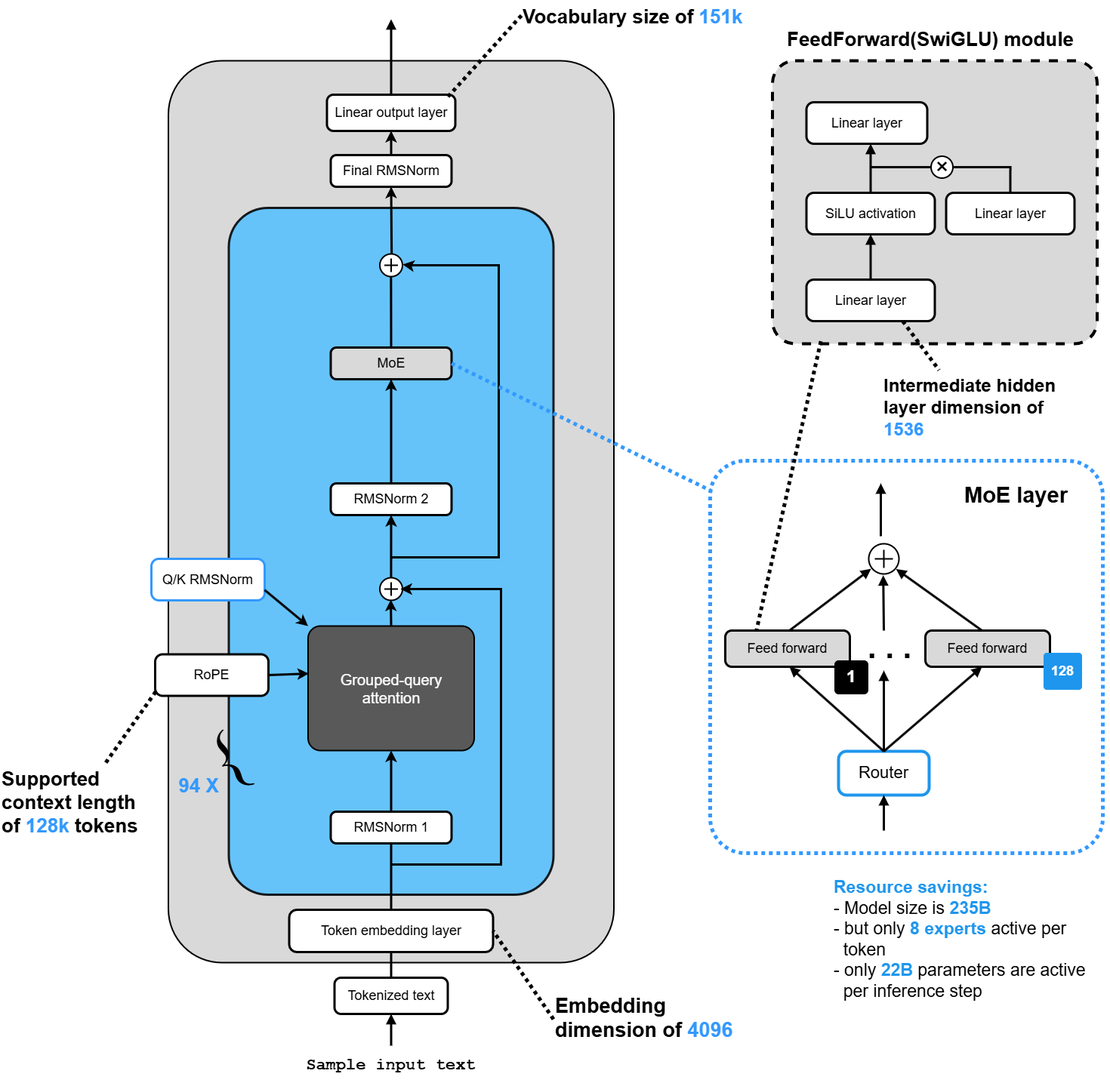
Earlier version of the draw.io export Models/Qwen/Qwen3(235B-A22B).drawio.png (EarthWind/deeparch). Source tidied: cells renumbered, new cells last; positions are measured from the earlier drawing's top-left corner, leaving out a move shared by most shapes.
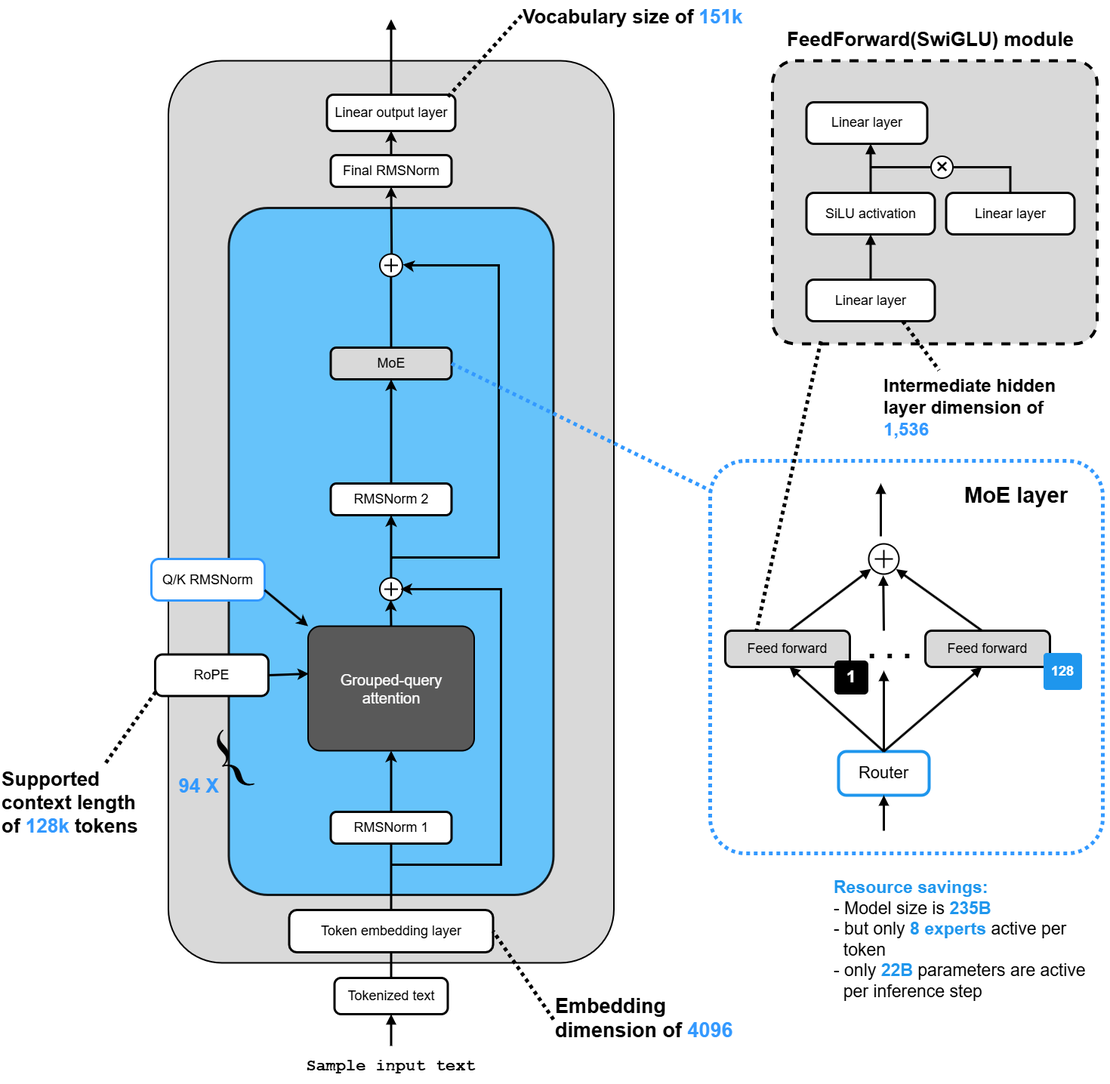
The same diagram one commit later.

The edit, as a diff of the source:
```diff
@@ -99,7 +99,7 @@
         <mxPoint x="1152.5" y="190" as="targetPoint" />
       </mxGeometry>
     </mxCell>
-    <mxCell id="31" value="&lt;div&gt;Intermediate hidden&amp;nbsp;&lt;/div&gt;&lt;div&gt;layer dimension of&amp;nbsp;&lt;/div&gt;&lt;div&gt;&lt;font style=&quot;color: rgb(51, 153, 255);&quot;&gt;1536&lt;/font&gt;&lt;/div&gt;" style="text;html=1;strokeColor=none;fillColor=none;align=left;verticalAlign=top;whiteSpace=wrap;rounded=0;fontFamily=Arial;fontStyle=1;fontSize=28;fontColor=#000000;fontSize=24;" parent="1" vertex="1">
+    <mxCell id="31" value="&lt;div&gt;Intermediate hidden&amp;nbsp;&lt;/div&gt;&lt;div&gt;layer dimension of&amp;nbsp;&lt;/div&gt;&lt;div&gt;&lt;font style=&quot;color: rgb(51, 153, 255);&quot;&gt;1,536&lt;/font&gt;&lt;/div&gt;" style="text;html=1;strokeColor=none;fillColor=none;align=left;verticalAlign=top;whiteSpace=wrap;rounded=0;fontFamily=Arial;fontStyle=1;fontSize=28;fontColor=#000000;fontSize=24;" parent="1" vertex="1">
       <mxGeometry x="1167.5" y="490" width="302.5" height="95" as="geometry" />
     </mxCell>
     <mxCell id="32" style="endArrow=none;html=1;rounded=0;strokeWidth=5;strokeColor=#000000;dashed=1;dashPattern=1 1;entryX=0.25;entryY=0;entryDx=0;entryDy=0;exitX=0.75;exitY=1;exitDx=0;exitDy=0;" parent="1" edge="1" source="28" target="31">
```
